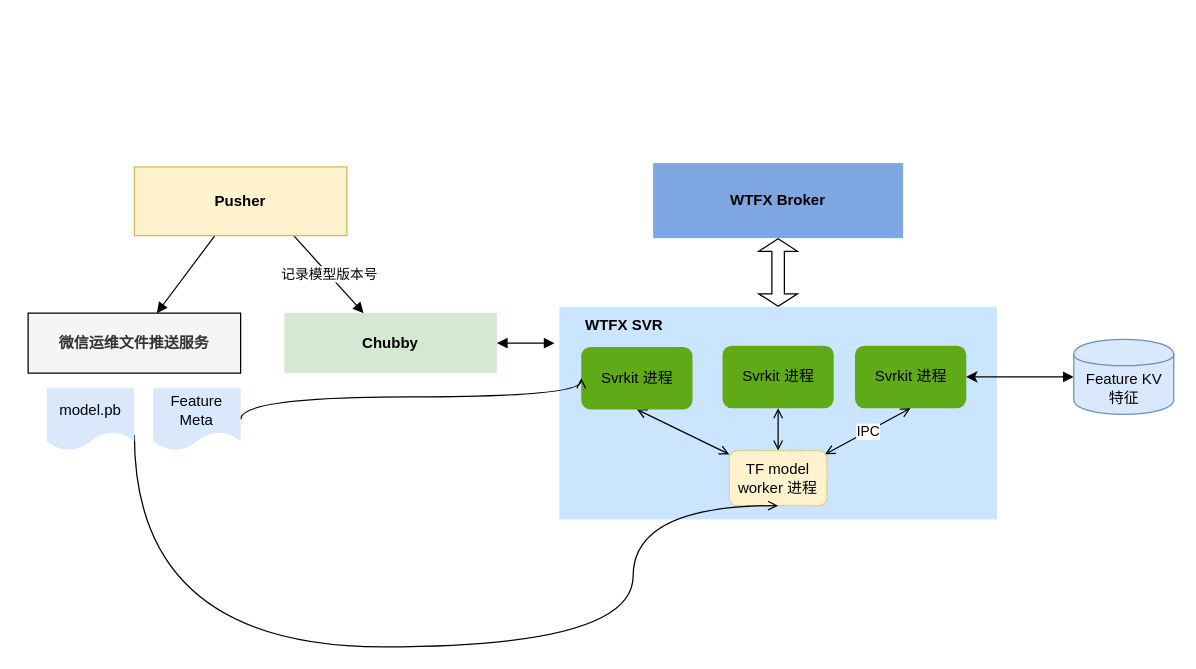
Earlier version of the draw.io diagram wtfx.drawio (ZhitongLei/datadistributor-doc). Source tidied: cells renumbered, new cells numbered last; positions are measured from the earlier drawing's top-left corner, leaving out a move shared by most shapes. Both pictures are drawn from the tidied source at 125%, with x=0, y=0 at pixel (28, 162).
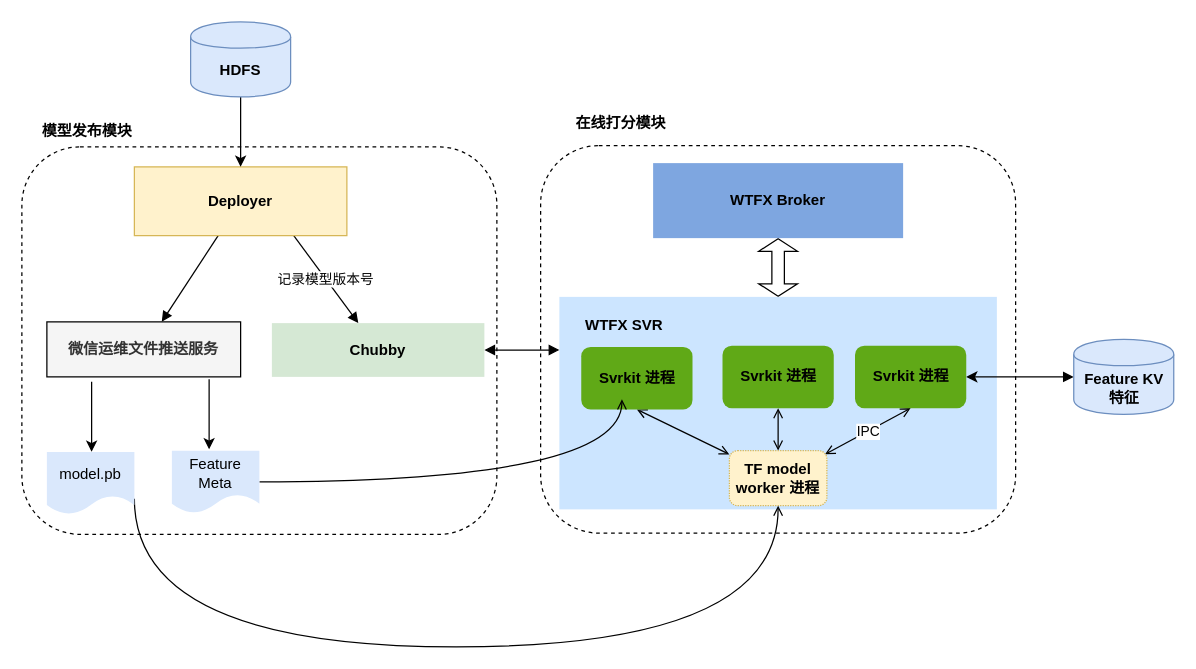
The same page after the edit.

Change to the diagram source:
```diff
@@
+    <mxCell id="25" style="rounded=1;whiteSpace=wrap;html=1;dashed=1;" parent="1" vertex="1">
+      <mxGeometry x="410" y="-14" width="380" height="310" as="geometry" />
+    </mxCell>
+    <mxCell id="26" style="rounded=1;whiteSpace=wrap;html=1;dashed=1;" parent="1" vertex="1">
+      <mxGeometry x="-5" y="-13" width="380" height="310" as="geometry" />
+    </mxCell>
@@
     <mxCell id="4" style="rounded=0;whiteSpace=wrap;html=1;strokeColor=none;fillColor=#cce5ff;" parent="1" vertex="1">
-      <mxGeometry x="425" y="115" width="350" height="170" as="geometry" />
+      <mxGeometry x="425" y="107" width="350" height="170" as="geometry" />
     </mxCell>
@@
-    <mxCell id="6" value="&lt;font color=&quot;#000000&quot;&gt;Svrkit 进程&lt;/font&gt;" style="rounded=1;whiteSpace=wrap;html=1;dashed=1;dashPattern=1 1;strokeColor=none;strokeWidth=1;fillColor=#60a917;fontColor=#ffffff;" parent="1" vertex="1">
+    <mxCell id="6" value="&lt;font color=&quot;#000000&quot;&gt;&lt;b&gt;Svrkit 进程&lt;/b&gt;&lt;/font&gt;" style="rounded=1;whiteSpace=wrap;html=1;dashed=1;dashPattern=1 1;strokeColor=none;strokeWidth=1;fillColor=#60a917;fontColor=#ffffff;" parent="1" vertex="1">
       <mxGeometry x="442.5" y="147" width="89" height="50" as="geometry" />
     </mxCell>
@@
-    <mxCell id="8" value="&lt;font color=&quot;#000000&quot;&gt;Svrkit 进程&lt;/font&gt;" style="rounded=1;whiteSpace=wrap;html=1;dashed=1;dashPattern=1 1;strokeColor=none;strokeWidth=1;fillColor=#60a917;fontColor=#ffffff;" parent="1" vertex="1">
+    <mxCell id="8" value="&lt;font color=&quot;#000000&quot;&gt;&lt;b&gt;Svrkit 进程&lt;/b&gt;&lt;/font&gt;" style="rounded=1;whiteSpace=wrap;html=1;dashed=1;dashPattern=1 1;strokeColor=none;strokeWidth=1;fillColor=#60a917;fontColor=#ffffff;" parent="1" vertex="1">
       <mxGeometry x="555.5" y="146" width="89" height="50" as="geometry" />
     </mxCell>
@@
-    <mxCell id="10" value="&lt;font color=&quot;#000000&quot;&gt;Svrkit 进程&lt;/font&gt;" style="rounded=1;whiteSpace=wrap;html=1;dashed=1;dashPattern=1 1;strokeColor=none;strokeWidth=1;fillColor=#60a917;fontColor=#ffffff;" parent="1" vertex="1">
+    <mxCell id="10" value="&lt;font color=&quot;#000000&quot;&gt;&lt;b&gt;Svrkit 进程&lt;/b&gt;&lt;/font&gt;" style="rounded=1;whiteSpace=wrap;html=1;dashed=1;dashPattern=1 1;strokeColor=none;strokeWidth=1;fillColor=#60a917;fontColor=#ffffff;" parent="1" vertex="1">
       <mxGeometry x="661.5" y="146" width="89" height="50" as="geometry" />
     </mxCell>
-    <mxCell id="11" value="TF model worker 进程" style="rounded=1;whiteSpace=wrap;html=1;dashed=1;dashPattern=1 1;strokeColor=#d6b656;strokeWidth=1;fillColor=#fff2cc;" parent="1" vertex="1">
+    <mxCell id="11" value="&lt;b&gt;TF model worker 进程&lt;/b&gt;" style="rounded=1;whiteSpace=wrap;html=1;dashed=1;dashPattern=1 1;strokeColor=#d6b656;strokeWidth=1;fillColor=#fff2cc;" parent="1" vertex="1">
       <mxGeometry x="561" y="230" width="78" height="44" as="geometry" />
     </mxCell>
@@
-    <mxCell id="14" value="Feature KV&lt;br&gt;特征" style="shape=cylinder;whiteSpace=wrap;html=1;boundedLbl=1;backgroundOutline=1;strokeColor=#6c8ebf;fillColor=#dae8fc;" parent="1" vertex="1">
+    <mxCell id="14" value="&lt;b&gt;Feature KV&lt;br&gt;特征&lt;/b&gt;" style="shape=cylinder;whiteSpace=wrap;html=1;boundedLbl=1;backgroundOutline=1;strokeColor=#6c8ebf;fillColor=#dae8fc;" parent="1" vertex="1">
       <mxGeometry x="836.5" y="141" width="80" height="60" as="geometry" />
     </mxCell>
@@
-    <mxCell id="17" value="&lt;b&gt;Pusher&lt;/b&gt;" style="rounded=0;whiteSpace=wrap;html=1;labelBackgroundColor=none;strokeColor=#d6b656;strokeWidth=1;fillColor=#fff2cc;" parent="1" vertex="1">
+    <mxCell id="17" value="&lt;b&gt;Deployer&lt;/b&gt;" style="rounded=0;whiteSpace=wrap;html=1;labelBackgroundColor=none;strokeColor=#d6b656;strokeWidth=1;fillColor=#fff2cc;" parent="1" vertex="1">
       <mxGeometry x="85" y="3" width="170" height="55" as="geometry" />
     </mxCell>
     <mxCell id="18" value="&lt;b&gt;微信运维文件推送服务&lt;/b&gt;" style="rounded=0;whiteSpace=wrap;html=1;labelBackgroundColor=none;strokeColor=#000000;strokeWidth=1;fillColor=#f5f5f5;fontColor=#333333;" parent="1" vertex="1">
-      <mxGeometry y="120" width="170" height="48" as="geometry" />
+      <mxGeometry x="15" y="127" width="155" height="44" as="geometry" />
     </mxCell>
     <mxCell id="19" style="edgeStyle=orthogonalEdgeStyle;curved=1;rounded=0;jettySize=auto;html=1;exitX=1;exitY=0.75;exitDx=0;exitDy=0;entryX=0.5;entryY=1;entryDx=0;entryDy=0;startArrow=none;startFill=0;endArrow=open;endFill=0;" parent="1" edge="1" source="20" target="11">
       <mxGeometry relative="1" as="geometry">
         <Array as="points">
           <mxPoint x="85" y="387" />
-          <mxPoint x="484" y="387" />
-          <mxPoint x="484" y="274" />
+          <mxPoint x="600" y="387" />
         </Array>
       </mxGeometry>
     </mxCell>
     <mxCell id="20" value="model.pb" style="shape=document;whiteSpace=wrap;html=1;boundedLbl=1;strokeColor=none;fillColor=#dae8fc;" parent="1" vertex="1">
-      <mxGeometry x="15" y="180" width="70" height="50" as="geometry" />
+      <mxGeometry x="15" y="231" width="70" height="50" as="geometry" />
     </mxCell>
-    <mxCell id="21" style="edgeStyle=orthogonalEdgeStyle;curved=1;rounded=0;jettySize=auto;html=1;exitX=1;exitY=0.5;exitDx=0;exitDy=0;entryX=0;entryY=0.5;entryDx=0;entryDy=0;startArrow=none;startFill=0;endArrow=open;endFill=0;" parent="1" edge="1" source="22" target="6">
+    <mxCell id="21" style="edgeStyle=orthogonalEdgeStyle;curved=1;rounded=0;jettySize=auto;html=1;exitX=1;exitY=0.5;exitDx=0;exitDy=0;entryX=0.143;entryY=0.482;entryDx=0;entryDy=0;startArrow=none;startFill=0;endArrow=open;endFill=0;entryPerimeter=0;" parent="1" edge="1" source="22" target="4">
       <mxGeometry relative="1" as="geometry">
         <Array as="points">
-          <mxPoint x="170" y="187" />
-          <mxPoint x="443" y="187" />
+          <mxPoint x="475" y="255" />
         </Array>
       </mxGeometry>
     </mxCell>
     <mxCell id="22" value="Feature Meta" style="shape=document;whiteSpace=wrap;html=1;boundedLbl=1;strokeColor=none;fillColor=#dae8fc;" parent="1" vertex="1">
-      <mxGeometry x="100" y="180" width="70" height="50" as="geometry" />
+      <mxGeometry x="115" y="230" width="70" height="50" as="geometry" />
     </mxCell>
-    <mxCell id="23" style="edgeStyle=none;rounded=0;jettySize=auto;html=1;exitX=1;exitY=0.5;exitDx=0;exitDy=0;entryX=-0.011;entryY=0.171;entryDx=0;entryDy=0;entryPerimeter=0;startArrow=block;startFill=1;endArrow=block;endFill=1;" parent="1" edge="1" source="24" target="4">
+    <mxCell id="23" style="edgeStyle=none;rounded=0;jettySize=auto;html=1;exitX=1;exitY=0.5;exitDx=0;exitDy=0;startArrow=block;startFill=1;endArrow=block;endFill=1;entryX=0;entryY=0.25;entryDx=0;entryDy=0;" parent="1" edge="1" source="24" target="4">
       <mxGeometry relative="1" as="geometry" />
     </mxCell>
     <mxCell id="24" value="&lt;b&gt;Chubby&lt;/b&gt;" style="rounded=0;whiteSpace=wrap;html=1;labelBackgroundColor=none;strokeColor=none;strokeWidth=1;fillColor=#d5e8d4;" parent="1" vertex="1">
-      <mxGeometry x="205" y="120" width="170" height="48" as="geometry" />
+      <mxGeometry x="195" y="128" width="170" height="43" as="geometry" />
     </mxCell>
+    <mxCell id="27" style="edgeStyle=orthogonalEdgeStyle;rounded=0;orthogonalLoop=1;jettySize=auto;html=1;exitX=0.25;exitY=1;exitDx=0;exitDy=0;" parent="1" edge="1">
+      <mxGeometry relative="1" as="geometry">
+        <mxPoint x="144.8" y="172.8" as="sourcePoint" />
+        <mxPoint x="144.8" y="229" as="targetPoint" />
+      </mxGeometry>
+    </mxCell>
+    <mxCell id="28" style="edgeStyle=orthogonalEdgeStyle;rounded=0;jettySize=auto;html=1;" parent="1" edge="1" source="29" target="17">
+      <mxGeometry relative="1" as="geometry" />
+    </mxCell>
+    <mxCell id="29" value="&lt;b&gt;HDFS&lt;/b&gt;" style="shape=cylinder;whiteSpace=wrap;html=1;boundedLbl=1;backgroundOutline=1;strokeColor=#6c8ebf;fillColor=#dae8fc;" parent="1" vertex="1">
+      <mxGeometry x="130" y="-113" width="80" height="60" as="geometry" />
+    </mxCell>
+    <mxCell id="30" style="edgeStyle=orthogonalEdgeStyle;rounded=0;orthogonalLoop=1;jettySize=auto;html=1;exitX=0.25;exitY=1;exitDx=0;exitDy=0;" parent="1" edge="1">
+      <mxGeometry relative="1" as="geometry">
+        <mxPoint x="50.8" y="174.8" as="sourcePoint" />
+        <mxPoint x="50.8" y="231" as="targetPoint" />
+      </mxGeometry>
+    </mxCell>
+    <mxCell id="31" value="&lt;b&gt;模型发布模块&lt;/b&gt;" style="text;html=1;strokeColor=none;fillColor=none;align=center;verticalAlign=middle;whiteSpace=wrap;rounded=0;dashed=1;" parent="1" vertex="1">
+      <mxGeometry x="10" y="-35" width="75" height="20" as="geometry" />
+    </mxCell>
+    <mxCell id="32" value="&lt;b&gt;在线打分模块&lt;/b&gt;" style="text;html=1;strokeColor=none;fillColor=none;align=center;verticalAlign=middle;whiteSpace=wrap;rounded=0;dashed=1;" parent="1" vertex="1">
+      <mxGeometry x="436.5" y="-42" width="75" height="20" as="geometry" />
+    </mxCell>
```
